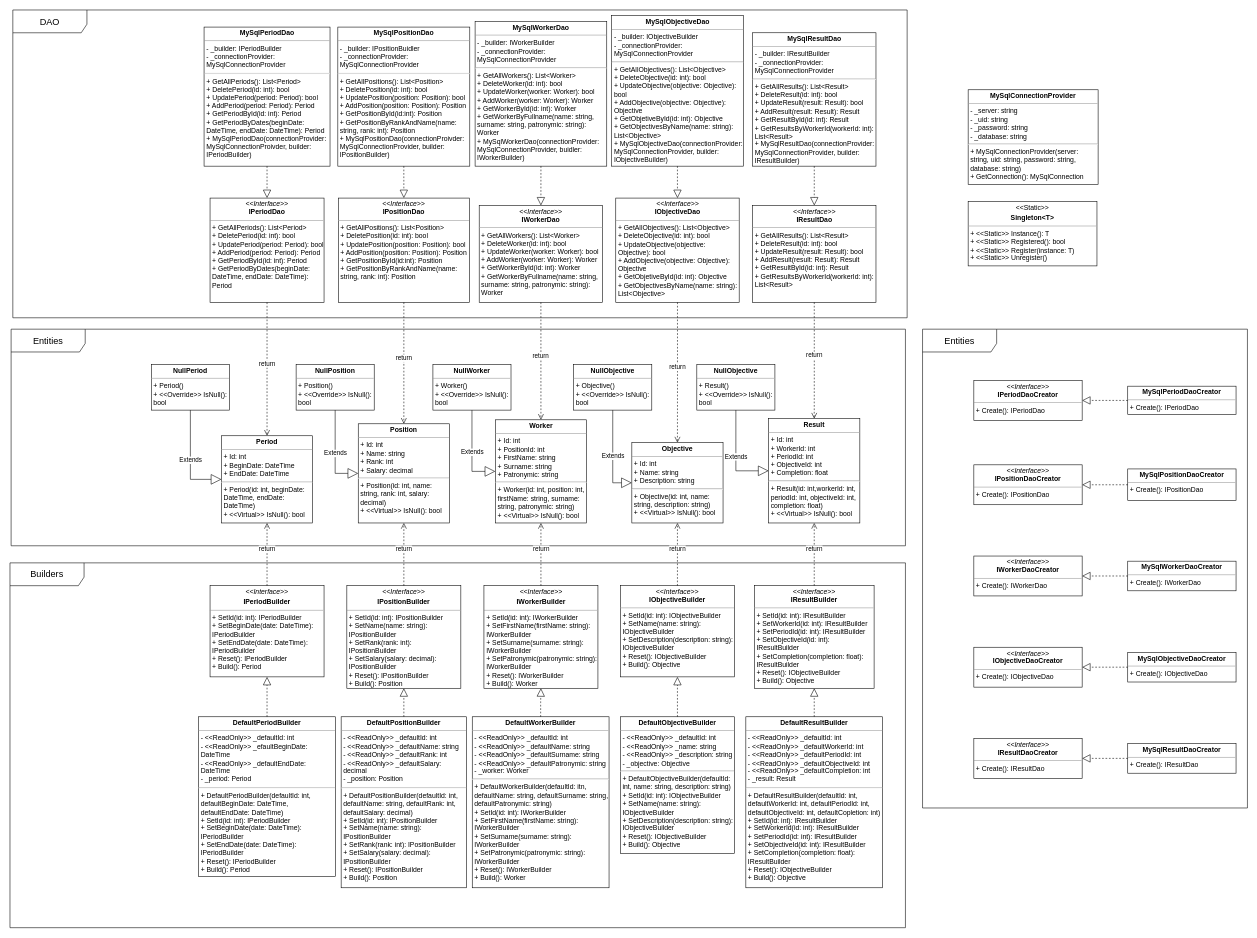
Before: TaPP_First_Practice_Design.drawio in Mehanari/TaPP_Designs, a draw.io diagram. Source tidied: cells renumbered, new cells numbered last; positions are measured from the earlier drawing's top-left corner, leaving out a move shared by most shapes. Both pictures are drawn from the tidied source at 57%, with x=0, y=0 at pixel (10, 10).
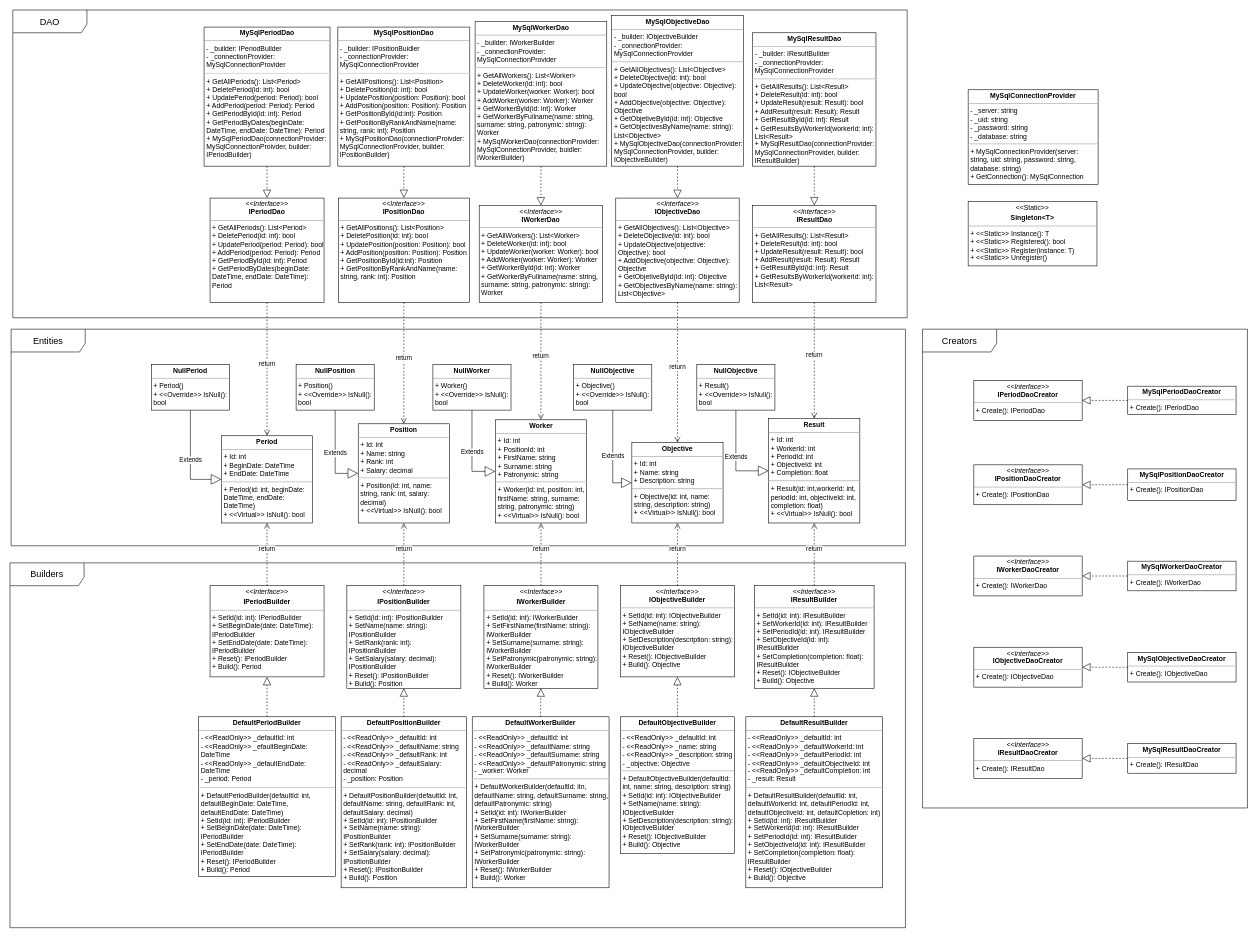
Above is the later version.

Change to the diagram source:
```diff
@@
-    <mxCell id="67" value="&lt;font style=&quot;font-size: 16px;&quot;&gt;Entities&lt;/font&gt;" style="shape=umlFrame;whiteSpace=wrap;html=1;width=130;height=40;" parent="1" vertex="1">
+    <mxCell id="67" value="&lt;font style=&quot;font-size: 16px;&quot;&gt;Creators&lt;/font&gt;" style="shape=umlFrame;whiteSpace=wrap;html=1;width=130;height=40;" parent="1" vertex="1">
       <mxGeometry x="1601" y="560" width="570" height="840" as="geometry" />
     </mxCell>
```
